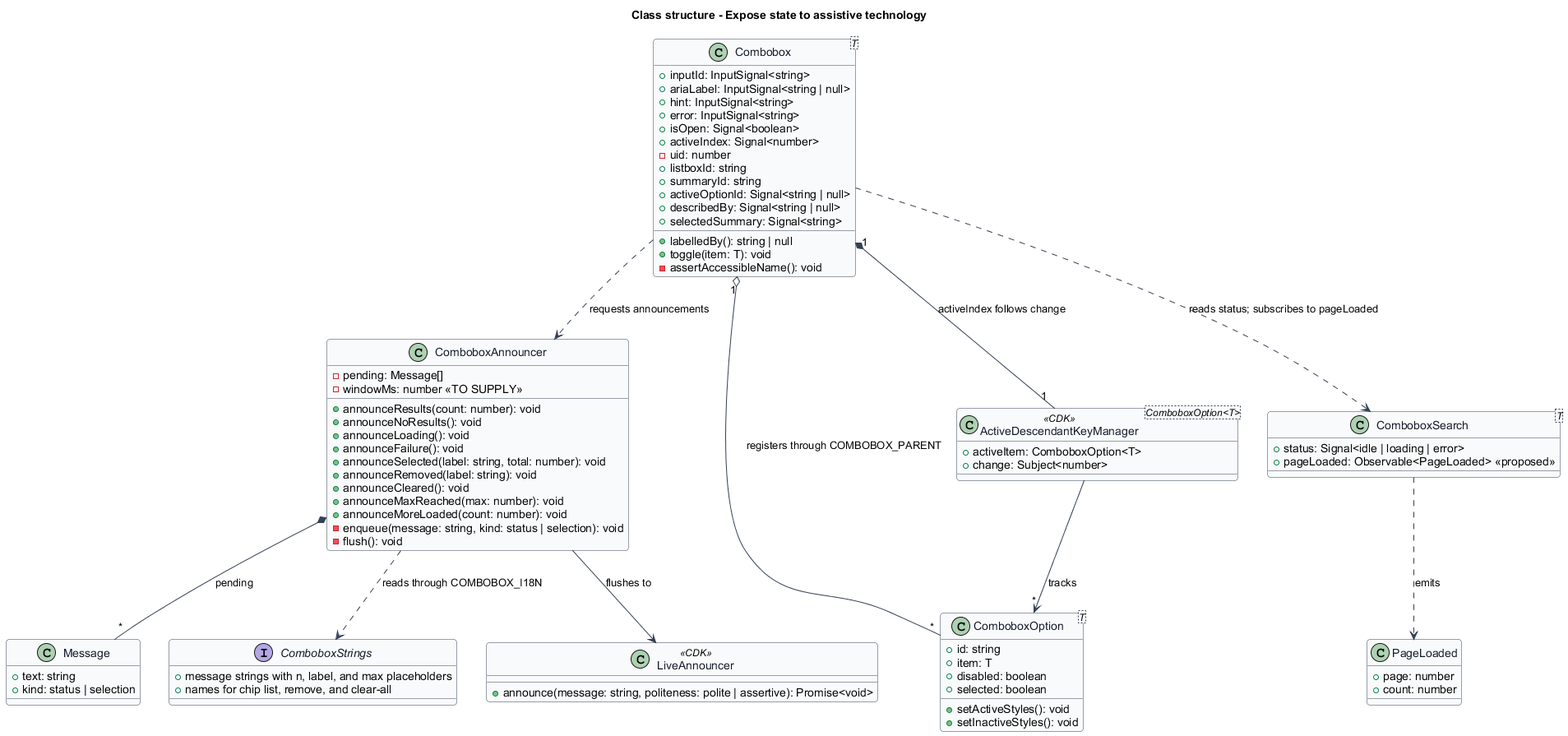
QuinntyneBrown/Tessera keeps this PlantUML diagram as docs/detailed-designs/combobox/expose-to-assistive-tech/diagrams/class-structure.png. Above is the earlier version. Source of this version:
```plantuml
@startuml
skinparam backgroundColor #FFFFFF
skinparam shadowing false
skinparam roundcorner 8
skinparam defaultFontName Arial
skinparam ArrowColor #344054
skinparam class {
  BorderColor #344054
  FontColor #101828
  BackgroundColor #F9FAFB
}
title Class structure - Expose state to assistive technology

class "Combobox<T>" as Combobox {
  +inputId: InputSignal<string>
  +ariaLabel: InputSignal<string | null>
  +hint: InputSignal<string>
  +error: InputSignal<string>
  +isOpen: Signal<boolean>
  +activeIndex: Signal<number>
  -uid: number
  +listboxId: string
  +summaryId: string
  +activeOptionId: Signal<string | null>
  +describedBy: Signal<string | null>
  +selectedSummary: Signal<string>
  +labelledBy(): string | null
  +toggle(item: T): void
  -assertAccessibleName(): void
}

class "ComboboxOption<T>" as ComboboxOption {
  +id: string
  +item: T
  +disabled: boolean
  +selected: boolean
  +setActiveStyles(): void
  +setInactiveStyles(): void
}

class ComboboxAnnouncer {
  -pending: Message[]
  -windowMs: number <<TO SUPPLY>>
  +announceResults(count: number): void
  +announceNoResults(): void
  +announceLoading(): void
  +announceFailure(): void
  +announceSelected(label: string, total: number): void
  +announceRemoved(label: string): void
  +announceCleared(): void
  +announceMaxReached(max: number): void
  +announceMoreLoaded(count: number): void
  -enqueue(message: string, kind: status | selection): void
  -flush(): void
}

class Message {
  +text: string
  +kind: status | selection
}

class "ComboboxSearch<T>" as ComboboxSearch {
  +status: Signal<idle | loading | error>
  +pageLoaded: Observable<PageLoaded> <<proposed>>
}

class PageLoaded {
  +page: number
  +count: number
}

interface ComboboxStrings {
  +message strings with n, label, and max placeholders
  +names for chip list, remove, and clear-all
}

class "ActiveDescendantKeyManager<ComboboxOption<T>>" as KeyManager <<CDK>> {
  +activeItem: ComboboxOption<T>
  +change: Subject<number>
}

class LiveAnnouncer <<CDK>> {
  +announce(message: string, politeness: polite | assertive): Promise<void>
}

Combobox "1" o-- "*" ComboboxOption : registers through COMBOBOX_PARENT
Combobox ..> ComboboxSearch : reads status; subscribes to pageLoaded
Combobox ..> ComboboxAnnouncer : requests announcements
Combobox "1" *-- "1" KeyManager : activeIndex follows change
ComboboxSearch ..> PageLoaded : emits
ComboboxAnnouncer *-- "*" Message : pending
ComboboxAnnouncer ..> ComboboxStrings : reads through COMBOBOX_I18N
ComboboxAnnouncer --> LiveAnnouncer : flushes to
KeyManager --> "*" ComboboxOption : tracks
@enduml
```
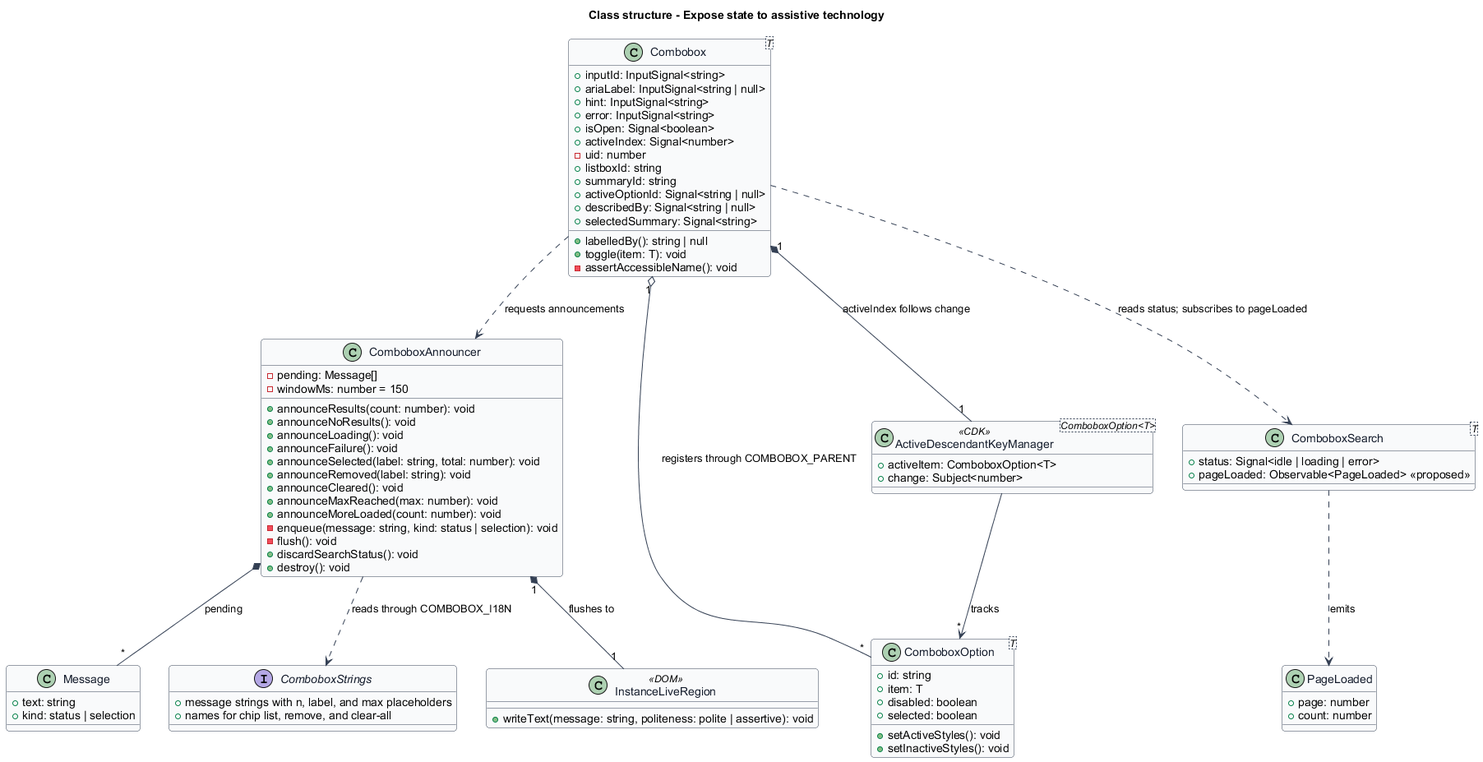
The same diagram one commit later.

Change to the diagram source:
```diff
@@ -40,7 +40,7 @@
 
 class ComboboxAnnouncer {
   -pending: Message[]
-  -windowMs: number <<TO SUPPLY>>
+  -windowMs: number = 150
   +announceResults(count: number): void
   +announceNoResults(): void
   +announceLoading(): void
@@ -52,6 +52,8 @@
   +announceMoreLoaded(count: number): void
   -enqueue(message: string, kind: status | selection): void
   -flush(): void
+  +discardSearchStatus(): void
+  +destroy(): void
 }
 
 class Message {
@@ -79,8 +81,8 @@
   +change: Subject<number>
 }
 
-class LiveAnnouncer <<CDK>> {
-  +announce(message: string, politeness: polite | assertive): Promise<void>
+class InstanceLiveRegion <<DOM>> {
+  +writeText(message: string, politeness: polite | assertive): void
 }
 
 Combobox "1" o-- "*" ComboboxOption : registers through COMBOBOX_PARENT
@@ -90,6 +92,6 @@
 ComboboxSearch ..> PageLoaded : emits
 ComboboxAnnouncer *-- "*" Message : pending
 ComboboxAnnouncer ..> ComboboxStrings : reads through COMBOBOX_I18N
-ComboboxAnnouncer --> LiveAnnouncer : flushes to
+ComboboxAnnouncer "1" *-- "1" InstanceLiveRegion : flushes to
 KeyManager --> "*" ComboboxOption : tracks
 @enduml
```
